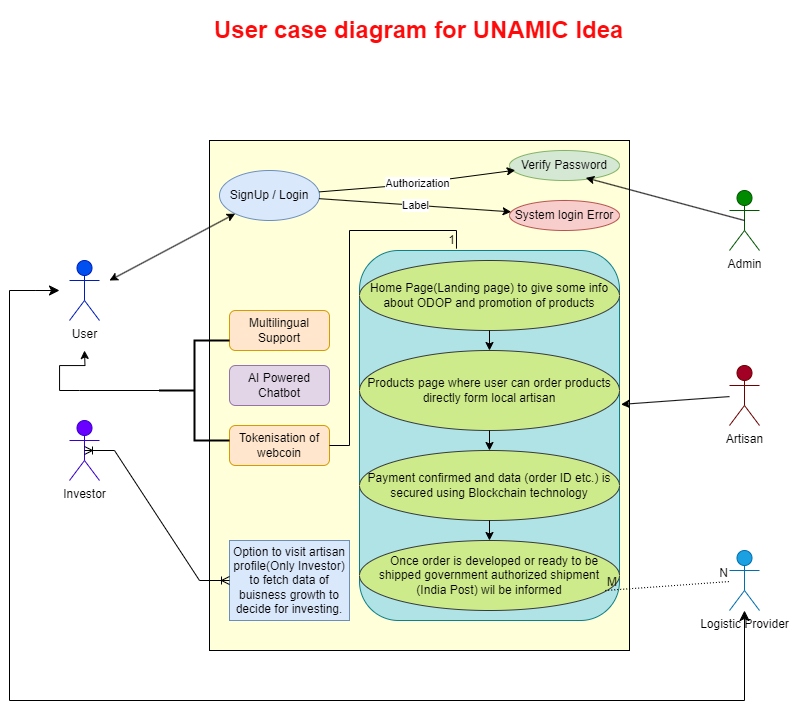
Above: SIH.drawio.png in unsparsh/SIH_2023 (draw.io), before the change. Source tidied: cells renumbered, new cells last; positions are measured from the earlier drawing's top-left corner, leaving out a move shared by most shapes.
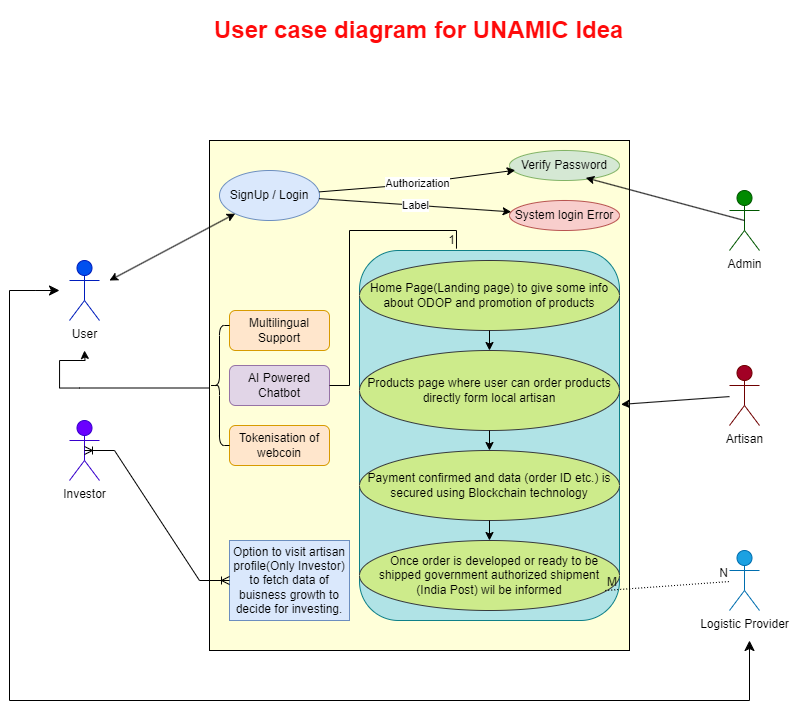
Above is the later version.

What changed in the source:
```diff
@@ -110,21 +110,18 @@
     <mxCell id="35" style="ellipse;whiteSpace=wrap;html=1;align=center;fillColor=none;strokeColor=none;perimeter=centerPerimeter;" parent="1" vertex="1">
       <mxGeometry x="270" y="405" width="10" height="10" as="geometry" />
     </mxCell>
-    <mxCell id="36" style="strokeWidth=2;html=1;shape=mxgraph.flowchart.annotation_2;align=left;labelPosition=right;" parent="1" vertex="1">
-      <mxGeometry x="150" y="330" width="70" height="100" as="geometry" />
-    </mxCell>
     <mxCell id="37" style="edgeStyle=orthogonalEdgeStyle;rounded=0;jettySize=auto;html=1;" parent="1" edge="1" source="38">
       <mxGeometry relative="1" as="geometry">
         <mxPoint x="75" y="340" as="targetPoint" />
       </mxGeometry>
     </mxCell>
     <mxCell id="38" style="line;strokeWidth=1;dashed=0;labelPosition=right;align=left;verticalAlign=middle;spacingTop=0;spacingLeft=6;points=[];portConstraint=eastwest;" parent="1" vertex="1">
-      <mxGeometry x="70" y="375" width="110" height="10" as="geometry" />
+      <mxGeometry x="70" y="370" width="130" height="15" as="geometry" />
     </mxCell>
-    <mxCell id="39" style="endArrow=none;html=1;rounded=0;entryX=0.373;entryY=-0.005;entryDx=0;entryDy=0;entryPerimeter=0;exitX=1;exitY=0.5;exitDx=0;exitDy=0;" parent="1" edge="1" source="17" target="20">
+    <mxCell id="39" style="endArrow=none;html=1;rounded=0;entryX=0.373;entryY=-0.005;entryDx=0;entryDy=0;entryPerimeter=0;" parent="1" edge="1" source="16" target="20">
       <mxGeometry relative="1" as="geometry">
         <Array as="points">
-          <mxPoint x="340" y="435" />
+          <mxPoint x="340" y="375" />
           <mxPoint x="340" y="220" />
           <mxPoint x="447" y="220" />
         </Array>
@@ -133,9 +130,10 @@
     <mxCell id="40" value="1" style="html=1;whiteSpace=wrap;align=right;verticalAlign=bottom;" parent="39" vertex="1">
       <mxGeometry x="1" relative="1" as="geometry" />
     </mxCell>
-    <mxCell id="41" style="edgeStyle=elbowEdgeStyle;elbow=vertical;endArrow=classic;html=1;curved=0;rounded=0;endSize=8;startSize=8;" parent="1" edge="1" target="8">
+    <mxCell id="41" style="edgeStyle=elbowEdgeStyle;elbow=vertical;endArrow=classic;html=1;curved=0;rounded=0;endSize=8;startSize=8;" parent="1" edge="1">
       <mxGeometry relative="1" as="geometry">
         <mxPoint y="280" as="sourcePoint" />
+        <mxPoint x="740" y="630" as="targetPoint" />
         <Array as="points">
           <mxPoint x="440" y="690" />
         </Array>
@@ -147,5 +145,8 @@
         <mxPoint x="50" y="280" as="targetPoint" />
       </mxGeometry>
     </mxCell>
+    <mxCell id="43" style="shape=curlyBracket;whiteSpace=wrap;html=1;rounded=1;labelPosition=left;verticalLabelPosition=middle;align=right;verticalAlign=middle;" parent="1" vertex="1">
+      <mxGeometry x="200" y="315" width="20" height="120" as="geometry" />
+    </mxCell>
   </root>
 </mxGraphModel>
```
